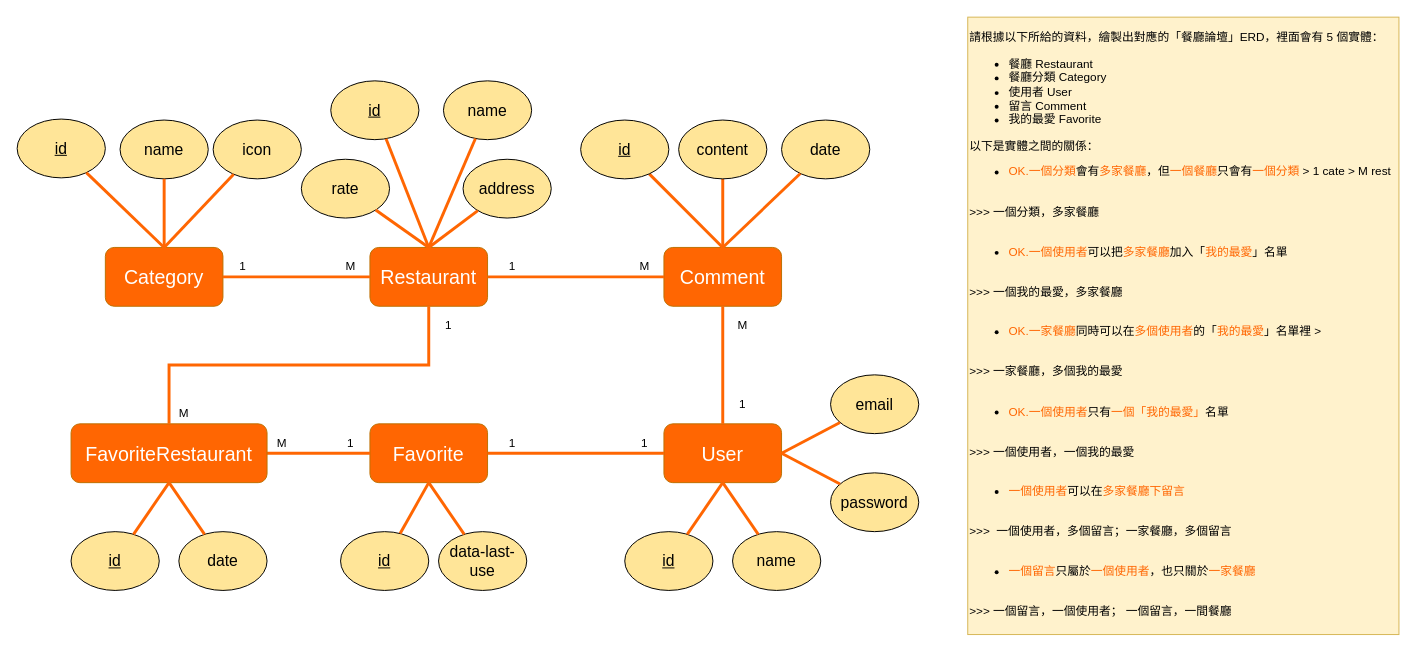
z88243310/bins keeps this draw.io diagram as 餐廳論壇ERD-ver4.drawio. Above is the earlier version. Source tidied: cells renumbered, new cells numbered last; positions are measured from the earlier drawing's top-left corner, leaving out a move shared by most shapes. Both pictures are drawn from the tidied source at 98%, with x=0, y=0 at pixel (17, 17).
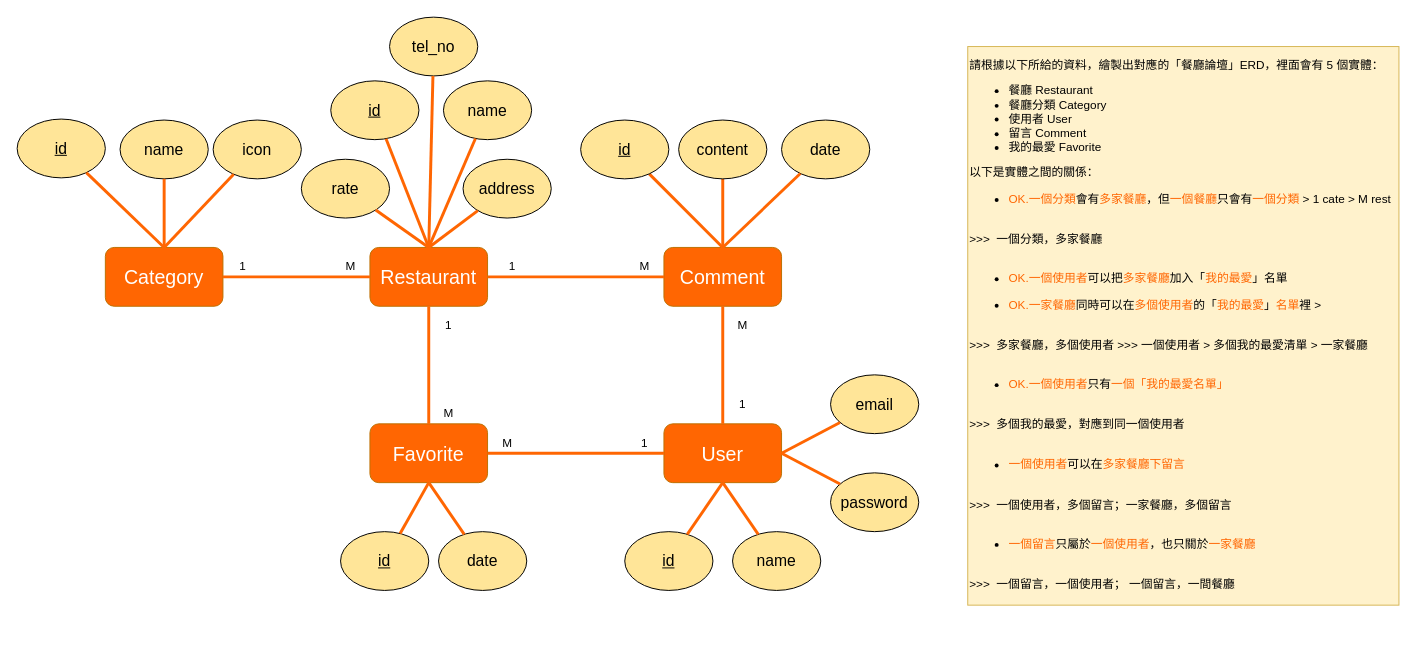
The same page after the edit.

Commit message:
更新餐廳論壇ERD-ver4.drawio

Unchanged cells that the change refers to:
```xml
<mxCell id="4" value="Restaurant" style="rounded=1;whiteSpace=wrap;html=1;fillColor=#FF6602;strokeColor=#BD7000;fontColor=#FFFFFF;fontSize=20;" parent="1" vertex="1">
  <mxGeometry x="360" y="235" width="120" height="60" as="geometry" />
</mxCell>
<mxCell id="7" value="Favorite" style="rounded=1;whiteSpace=wrap;html=1;fillColor=#FF6602;strokeColor=#BD7000;fontColor=#FFFFFF;fontSize=20;" parent="1" vertex="1">
  <mxGeometry x="360" y="415" width="120" height="60" as="geometry" />
</mxCell>
```

The edit, as a diff of the source:
```diff
@@
-    <mxCell id="2" value="&lt;p&gt;請根據以下所給的資料，繪製出對應的「餐廳論壇」ERD，裡面會有 5 個實體：&lt;/p&gt;&lt;ul&gt;&lt;li&gt;餐廳 Restaurant&lt;/li&gt;&lt;li&gt;餐廳分類 Category&lt;/li&gt;&lt;li&gt;使用者 User&lt;/li&gt;&lt;li&gt;留言 Comment&lt;/li&gt;&lt;li&gt;我的最愛 Favorite&lt;/li&gt;&lt;/ul&gt;&lt;p&gt;以下是實體之間的關係：&lt;/p&gt;&lt;ul&gt;&lt;li&gt;&lt;font color=&quot;#FF6602&quot;&gt;OK.一個分類&lt;/font&gt;會有&lt;font color=&quot;#FF6602&quot;&gt;多家餐廳&lt;/font&gt;，但&lt;font color=&quot;#FF6602&quot;&gt;一個餐廳&lt;/font&gt;只會有&lt;font color=&quot;#FF6602&quot;&gt;一個分類&lt;/font&gt; &amp;gt; 1 cate &amp;gt; M rest&lt;/li&gt;&lt;/ul&gt;&lt;div&gt;&lt;br&gt;&lt;/div&gt;&lt;div&gt;&amp;gt;&amp;gt;&amp;gt; 一個分類，多家餐廳&lt;/div&gt;&lt;div&gt;&lt;br&gt;&lt;/div&gt;&lt;ul&gt;&lt;li&gt;&lt;font color=&quot;#FF6602&quot;&gt;OK.一個使用者&lt;/font&gt;可以把&lt;font color=&quot;#FF6602&quot;&gt;多家餐廳&lt;/font&gt;加入「&lt;font color=&quot;#FF6602&quot;&gt;我的最愛&lt;/font&gt;」名單 &lt;br&gt;&lt;/li&gt;&lt;/ul&gt;&lt;div&gt;&lt;br&gt;&lt;/div&gt;&lt;div&gt;&amp;gt;&amp;gt;&amp;gt; 一個我的最愛，多家餐廳&lt;/div&gt;&lt;div&gt;&lt;br&gt;&lt;/div&gt;&lt;ul&gt;&lt;li&gt;&lt;font color=&quot;#FF6602&quot;&gt;OK.一家餐廳&lt;/font&gt;同時可以在&lt;font color=&quot;#FF6602&quot;&gt;多個使用者&lt;/font&gt;的「&lt;font color=&quot;#FF6602&quot;&gt;我的最愛&lt;/font&gt;」名單裡 &amp;gt;&amp;nbsp;&lt;/li&gt;&lt;/ul&gt;&lt;div&gt;&lt;br&gt;&lt;/div&gt;&lt;div&gt;&amp;gt;&amp;gt;&amp;gt; 一家餐廳，多個我的最愛&lt;/div&gt;&lt;div&gt;&lt;br&gt;&lt;/div&gt;&lt;ul&gt;&lt;li&gt;&lt;font color=&quot;#FF6602&quot;&gt;OK.一個使用者&lt;/font&gt;只有&lt;font color=&quot;#FF6602&quot;&gt;一個「我的最愛」&lt;/font&gt;名單&lt;/li&gt;&lt;/ul&gt;&lt;div&gt;&lt;br&gt;&lt;/div&gt;&lt;div&gt;&amp;gt;&amp;gt;&amp;gt; 一個使用者，一個我的最愛&lt;/div&gt;&lt;div&gt;&lt;br&gt;&lt;/div&gt;&lt;ul&gt;&lt;li&gt;&lt;font color=&quot;#FF6602&quot;&gt;一個使用者&lt;/font&gt;可以在&lt;font color=&quot;#FF6602&quot;&gt;多家餐廳下留言&amp;nbsp;&lt;/font&gt;&lt;/li&gt;&lt;/ul&gt;&lt;div&gt;&lt;br&gt;&lt;/div&gt;&lt;div&gt;&lt;font color=&quot;#FF6602&quot;&gt;&lt;font color=&quot;#000000&quot;&gt;&amp;gt;&amp;gt;&amp;gt;&amp;nbsp; 一個使用者，多個留言；一家餐廳，多個留言&lt;/font&gt;&lt;br&gt;&lt;/font&gt;&lt;/div&gt;&lt;div&gt;&lt;font color=&quot;#FF6602&quot;&gt;&lt;br&gt;&lt;/font&gt;&lt;/div&gt;&lt;ul&gt;&lt;li&gt;&lt;font color=&quot;#FF6602&quot;&gt;一個留言&lt;/font&gt;只屬於&lt;font color=&quot;#FF6602&quot;&gt;一個使用者&lt;/font&gt;，也只關於&lt;font color=&quot;#FF6602&quot;&gt;一家餐廳 &lt;br&gt;&lt;/font&gt;&lt;/li&gt;&lt;/ul&gt;&lt;div&gt;&lt;br&gt;&lt;/div&gt;&lt;div&gt;&lt;font color=&quot;#FF6602&quot;&gt;&lt;font color=&quot;#000000&quot;&gt;&amp;gt;&amp;gt;&amp;gt; 一個留言，一個使用者； 一個留言，一間餐廳&lt;/font&gt;&lt;br&gt;&lt;/font&gt;&lt;/div&gt;&lt;div&gt;&lt;font color=&quot;#FF6602&quot;&gt;&lt;br&gt;&lt;/font&gt;&lt;/div&gt;" style="text;html=1;align=left;verticalAlign=middle;strokeColor=#d6b656;fillColor=#fff2cc;" parent="1" vertex="1">
-      <mxGeometry x="970" width="440" height="630" as="geometry" />
+    <mxCell id="2" value="&lt;p&gt;請根據以下所給的資料，繪製出對應的「餐廳論壇」ERD，裡面會有 5 個實體：&lt;/p&gt;&lt;ul&gt;&lt;li&gt;餐廳 Restaurant&lt;/li&gt;&lt;li&gt;餐廳分類 Category&lt;/li&gt;&lt;li&gt;使用者 User&lt;/li&gt;&lt;li&gt;留言 Comment&lt;/li&gt;&lt;li&gt;我的最愛 Favorite&lt;/li&gt;&lt;/ul&gt;&lt;p&gt;以下是實體之間的關係：&lt;/p&gt;&lt;ul&gt;&lt;li&gt;&lt;font color=&quot;#FF6602&quot;&gt;OK.一個分類&lt;/font&gt;會有&lt;font color=&quot;#FF6602&quot;&gt;多家餐廳&lt;/font&gt;，但&lt;font color=&quot;#FF6602&quot;&gt;一個餐廳&lt;/font&gt;只會有&lt;font color=&quot;#FF6602&quot;&gt;一個分類&lt;/font&gt; &amp;gt; 1 cate &amp;gt; M rest&lt;/li&gt;&lt;/ul&gt;&lt;div&gt;&lt;br&gt;&lt;/div&gt;&lt;div&gt;&amp;gt;&amp;gt;&amp;gt;&amp;nbsp; 一個分類，多家餐廳&lt;/div&gt;&lt;div&gt;&lt;br&gt;&lt;/div&gt;&lt;ul&gt;&lt;li&gt;&lt;font color=&quot;#FF6602&quot;&gt;OK.一個使用者&lt;/font&gt;可以把&lt;font color=&quot;#FF6602&quot;&gt;多家餐廳&lt;/font&gt;加入「&lt;font color=&quot;#FF6602&quot;&gt;我的最愛&lt;/font&gt;」名單 &lt;br&gt;&lt;/li&gt;&lt;/ul&gt;&lt;ul&gt;&lt;li&gt;&lt;font color=&quot;#FF6602&quot;&gt;OK.一家餐廳&lt;/font&gt;同時可以在&lt;font color=&quot;#FF6602&quot;&gt;多個使用者&lt;/font&gt;的「&lt;font color=&quot;#FF6602&quot;&gt;我的最愛&lt;/font&gt;」&lt;font color=&quot;#FF6602&quot;&gt;名單&lt;/font&gt;裡 &amp;gt;&amp;nbsp;&lt;/li&gt;&lt;/ul&gt;&lt;div&gt;&lt;br&gt;&lt;/div&gt;&lt;div&gt;&amp;gt;&amp;gt;&amp;gt;&amp;nbsp; 多家餐廳，多個使用者 &amp;gt;&amp;gt;&amp;gt; 一個使用者 &amp;gt; 多個我的最愛清單 &amp;gt; 一家餐廳&lt;br&gt;&lt;/div&gt;&lt;div&gt;&lt;br&gt;&lt;/div&gt;&lt;ul&gt;&lt;li&gt;&lt;font color=&quot;#FF6602&quot;&gt;OK.一個使用者&lt;/font&gt;只有&lt;font color=&quot;#FF6602&quot;&gt;一個「我的最愛名單」&lt;/font&gt;&lt;/li&gt;&lt;/ul&gt;&lt;div&gt;&lt;br&gt;&lt;/div&gt;&lt;div&gt;&amp;gt;&amp;gt;&amp;gt;&amp;nbsp; 多個我的最愛，對應到同一個使用者&lt;/div&gt;&lt;div&gt;&lt;br&gt;&lt;/div&gt;&lt;ul&gt;&lt;li&gt;&lt;font color=&quot;#FF6602&quot;&gt;一個使用者&lt;/font&gt;可以在&lt;font color=&quot;#FF6602&quot;&gt;多家餐廳下留言&amp;nbsp;&lt;/font&gt;&lt;/li&gt;&lt;/ul&gt;&lt;div&gt;&lt;br&gt;&lt;/div&gt;&lt;div&gt;&lt;font color=&quot;#FF6602&quot;&gt;&lt;font color=&quot;#000000&quot;&gt;&amp;gt;&amp;gt;&amp;gt;&amp;nbsp; 一個使用者，多個留言；一家餐廳，多個留言&lt;/font&gt;&lt;br&gt;&lt;/font&gt;&lt;/div&gt;&lt;div&gt;&lt;font color=&quot;#FF6602&quot;&gt;&lt;br&gt;&lt;/font&gt;&lt;/div&gt;&lt;ul&gt;&lt;li&gt;&lt;font color=&quot;#FF6602&quot;&gt;一個留言&lt;/font&gt;只屬於&lt;font color=&quot;#FF6602&quot;&gt;一個使用者&lt;/font&gt;，也只關於&lt;font color=&quot;#FF6602&quot;&gt;一家餐廳 &lt;br&gt;&lt;/font&gt;&lt;/li&gt;&lt;/ul&gt;&lt;div&gt;&lt;br&gt;&lt;/div&gt;&lt;div&gt;&lt;font color=&quot;#FF6602&quot;&gt;&lt;font color=&quot;#000000&quot;&gt;&amp;gt;&amp;gt;&amp;gt;&amp;nbsp; 一個留言，一個使用者； 一個留言，一間餐廳&lt;/font&gt;&lt;br&gt;&lt;/font&gt;&lt;/div&gt;&lt;div&gt;&lt;font color=&quot;#FF6602&quot;&gt;&lt;br&gt;&lt;/font&gt;&lt;/div&gt;" style="text;html=1;align=left;verticalAlign=middle;strokeColor=#d6b656;fillColor=#fff2cc;" parent="1" vertex="1">
+      <mxGeometry x="970" y="30" width="440" height="570" as="geometry" />
     </mxCell>
@@
-    <mxCell id="13" value="1" style="text;html=1;align=center;verticalAlign=middle;strokeColor=none;fillColor=none;" parent="1" vertex="1">
-      <mxGeometry x="495" y="425" width="20" height="20" as="geometry" />
-    </mxCell>
-    <mxCell id="14" style="edgeStyle=orthogonalEdgeStyle;rounded=0;jettySize=auto;html=1;strokeWidth=3;endArrow=none;endFill=0;strokeColor=#FF6602;exitX=1;exitY=0.5;exitDx=0;exitDy=0;entryX=0;entryY=0.5;entryDx=0;entryDy=0;" parent="1" edge="1" source="25" target="7">
-      <mxGeometry relative="1" as="geometry" />
-    </mxCell>
@@
     <mxCell id="16" value="M" style="text;html=1;align=center;verticalAlign=middle;strokeColor=none;fillColor=none;" parent="1" vertex="1">
-      <mxGeometry x="160" y="395" width="20" height="20" as="geometry" />
+      <mxGeometry x="430" y="395" width="20" height="20" as="geometry" />
     </mxCell>
@@
-    <mxCell id="23" value="&lt;div&gt;1&lt;/div&gt;" style="text;html=1;align=center;verticalAlign=middle;strokeColor=none;fillColor=none;" parent="1" vertex="1">
-      <mxGeometry x="330" y="425" width="20" height="20" as="geometry" />
-    </mxCell>
     <mxCell id="24" value="M" style="text;html=1;align=center;verticalAlign=middle;strokeColor=none;fillColor=none;" parent="1" vertex="1">
-      <mxGeometry x="260" y="425" width="20" height="20" as="geometry" />
+      <mxGeometry x="490" y="425" width="20" height="20" as="geometry" />
     </mxCell>
-    <mxCell id="25" value="FavoriteRestaurant" style="rounded=1;whiteSpace=wrap;html=1;fillColor=#FF6602;strokeColor=#BD7000;fontColor=#FFFFFF;fontSize=20;" parent="1" vertex="1">
-      <mxGeometry x="55" y="415" width="200" height="60" as="geometry" />
-    </mxCell>
-    <mxCell id="26" style="edgeStyle=orthogonalEdgeStyle;rounded=0;jettySize=auto;html=1;strokeWidth=3;endArrow=none;endFill=0;strokeColor=#FF6602;exitX=0.5;exitY=0;exitDx=0;exitDy=0;entryX=0.5;entryY=1;entryDx=0;entryDy=0;" parent="1" edge="1" source="25" target="4">
+    <mxCell id="26" style="edgeStyle=orthogonalEdgeStyle;rounded=0;jettySize=auto;html=1;strokeWidth=3;endArrow=none;endFill=0;strokeColor=#FF6602;exitX=0.5;exitY=0;exitDx=0;exitDy=0;entryX=0.5;entryY=1;entryDx=0;entryDy=0;" parent="1" edge="1" source="7" target="4">
       <mxGeometry relative="1" as="geometry" />
     </mxCell>
@@
-    <mxCell id="54" value="&lt;u&gt;id&lt;/u&gt;" style="ellipse;whiteSpace=wrap;html=1;fillColor=#FFE598;fontSize=16;" parent="1" vertex="1">
-      <mxGeometry x="55" y="525" width="90" height="60" as="geometry" />
-    </mxCell>
-    <mxCell id="55" style="edgeStyle=none;rounded=0;jettySize=auto;html=1;fontSize=16;fontColor=#FFFFFF;endArrow=none;endFill=0;strokeColor=#FF6602;strokeWidth=3;exitX=0.5;exitY=1;exitDx=0;exitDy=0;" parent="1" edge="1" source="25" target="54">
-      <mxGeometry relative="1" as="geometry" />
-    </mxCell>
@@
-    <mxCell id="57" value="data-last-use" style="ellipse;whiteSpace=wrap;html=1;fillColor=#FFE598;fontSize=16;" parent="1" vertex="1">
+    <mxCell id="57" value="date" style="ellipse;whiteSpace=wrap;html=1;fillColor=#FFE598;fontSize=16;" parent="1" vertex="1">
       <mxGeometry x="430" y="525" width="90" height="60" as="geometry" />
     </mxCell>
@@
-    <mxCell id="59" value="date" style="ellipse;whiteSpace=wrap;html=1;fillColor=#FFE598;fontSize=16;" parent="1" vertex="1">
-      <mxGeometry x="165" y="525" width="90" height="60" as="geometry" />
-    </mxCell>
-    <mxCell id="60" style="edgeStyle=none;rounded=0;jettySize=auto;html=1;fontSize=16;fontColor=#FFFFFF;endArrow=none;endFill=0;strokeColor=#FF6602;strokeWidth=3;exitX=0.5;exitY=1;exitDx=0;exitDy=0;" parent="1" edge="1" source="25" target="59">
-      <mxGeometry relative="1" as="geometry" />
-    </mxCell>
@@
+    <mxCell id="63" value="tel_no" style="ellipse;whiteSpace=wrap;html=1;fillColor=#FFE598;fontSize=16;" parent="1" vertex="1">
+      <mxGeometry x="380" width="90" height="60" as="geometry" />
+    </mxCell>
+    <mxCell id="64" style="edgeStyle=none;rounded=0;jettySize=auto;html=1;fontSize=16;fontColor=#FFFFFF;endArrow=none;endFill=0;strokeColor=#FF6602;strokeWidth=3;entryX=0.5;entryY=0;entryDx=0;entryDy=0;" parent="1" edge="1" source="63" target="4">
+      <mxGeometry relative="1" as="geometry" />
+    </mxCell>
```
